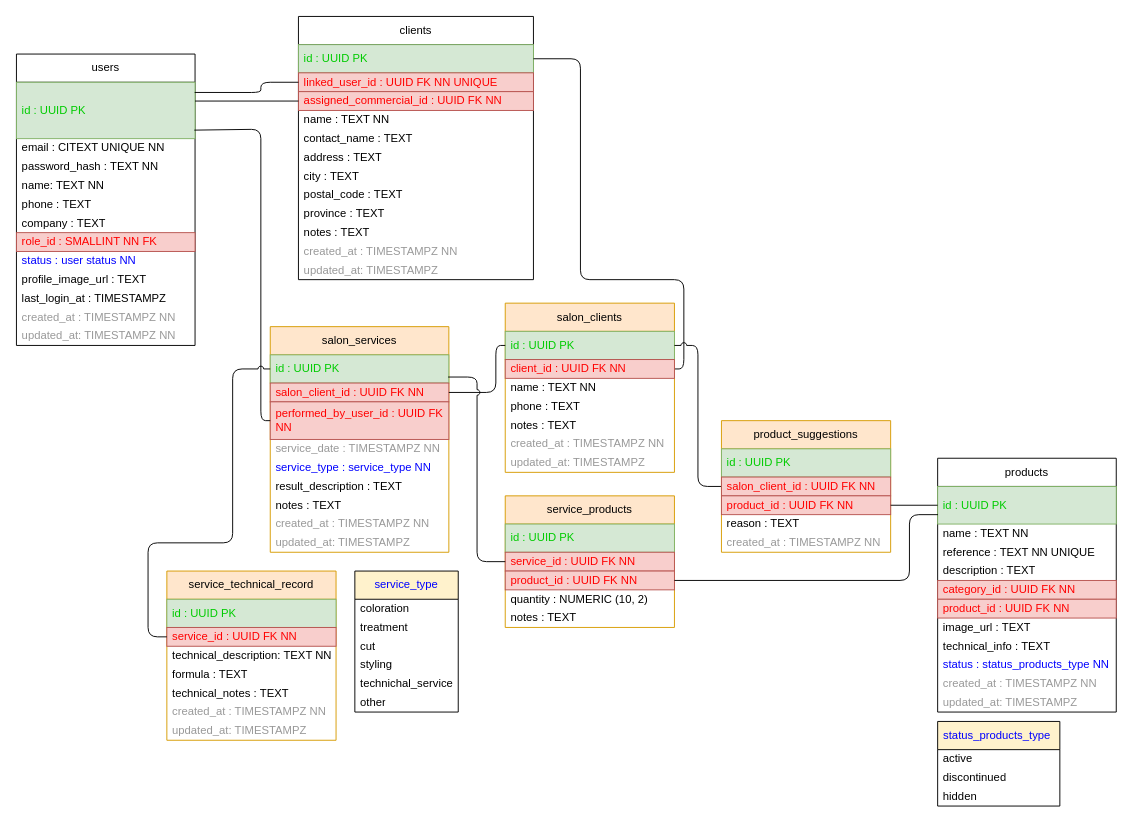
MadaoSurmanito/app-tfg keeps this draw.io diagram as docs/docs/figures/UML/MCD/M5_DB.drawio. Above is the earlier version. Source tidied: cells renumbered, new cells numbered last; positions are measured from the earlier drawing's top-left corner, leaving out a move shared by most shapes. Both pictures are drawn from the tidied source at 94%, with x=0, y=0 at pixel (16, 16).
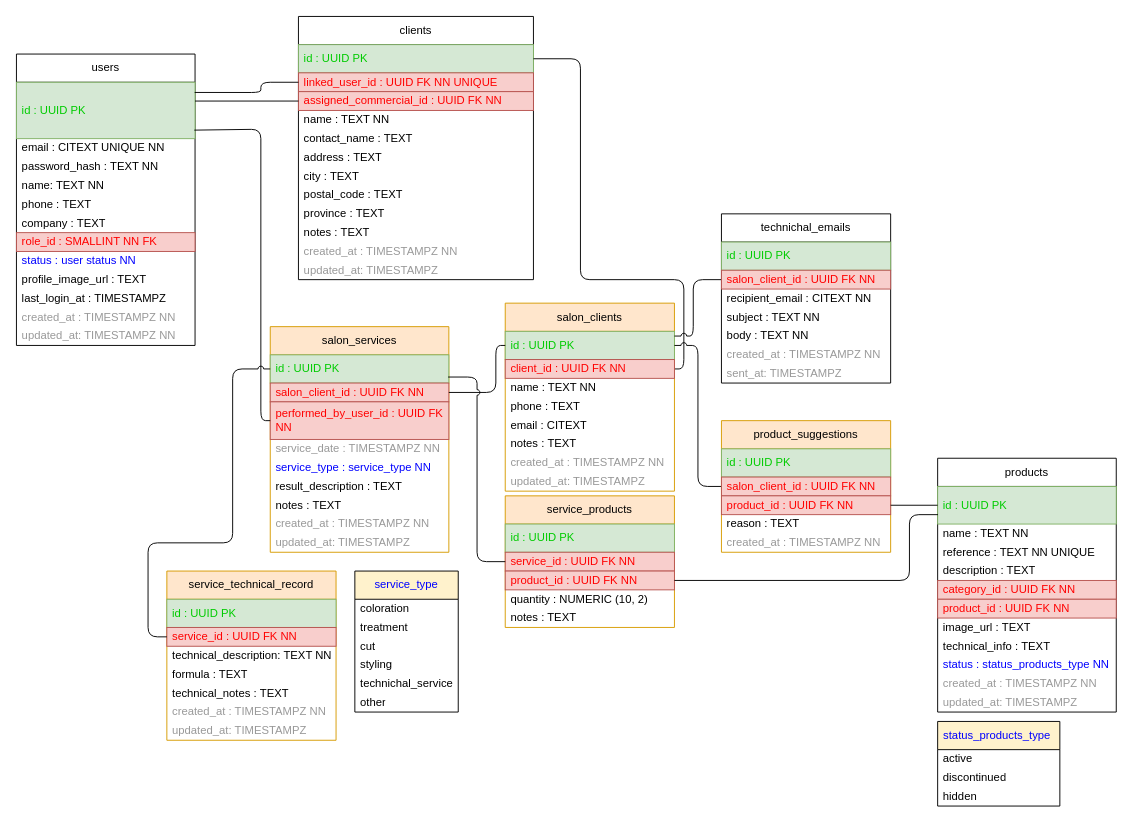
The same page after the edit.

What changed in the source:
```diff
@@
     <mxCell id="47" value="salon_clients" style="swimlane;fontStyle=0;horizontal=1;startSize=30;whiteSpace=wrap;html=1;fillColor=#ffe6cc;strokeColor=#d79b00;" parent="1" vertex="1">
-      <mxGeometry x="520" y="305" width="180" height="180" as="geometry" />
+      <mxGeometry x="520" y="305" width="180" height="200" as="geometry" />
     </mxCell>
@@
+    <mxCell id="99" value="email : CITEXT" style="text;strokeColor=none;fillColor=none;align=left;verticalAlign=middle;spacingLeft=4;spacingRight=4;overflow=hidden;whiteSpace=wrap;html=1;" parent="47" vertex="1">
+      <mxGeometry y="120" width="180" height="20" as="geometry" />
+    </mxCell>
     <mxCell id="52" value="notes :&amp;nbsp;&lt;span style=&quot;color: rgb(0, 0, 0);&quot;&gt;TEXT&lt;/span&gt;" style="text;strokeColor=none;fillColor=none;align=left;verticalAlign=middle;spacingLeft=4;spacingRight=4;overflow=hidden;whiteSpace=wrap;html=1;" parent="47" vertex="1">
-      <mxGeometry y="120" width="180" height="20" as="geometry" />
+      <mxGeometry y="140" width="180" height="20" as="geometry" />
     </mxCell>
     <mxCell id="53" value="created_at : TIMESTAMPZ NN" style="text;strokeColor=none;fillColor=none;align=left;verticalAlign=middle;spacingLeft=4;spacingRight=4;overflow=hidden;whiteSpace=wrap;html=1;fontColor=#999999;" parent="47" vertex="1">
-      <mxGeometry y="140" width="180" height="20" as="geometry" />
+      <mxGeometry y="160" width="180" height="20" as="geometry" />
     </mxCell>
     <mxCell id="54" value="updated_at: TIMESTAMPZ" style="text;strokeColor=none;fillColor=none;align=left;verticalAlign=middle;spacingLeft=4;spacingRight=4;overflow=hidden;whiteSpace=wrap;html=1;fontColor=#999999;" parent="47" vertex="1">
-      <mxGeometry y="160" width="180" height="20" as="geometry" />
+      <mxGeometry y="180" width="180" height="20" as="geometry" />
     </mxCell>
@@
+    <mxCell id="100" value="technichal_emails" style="swimlane;fontStyle=0;horizontal=1;startSize=30;whiteSpace=wrap;html=1;" parent="1" vertex="1">
+      <mxGeometry x="750" y="210" width="180" height="180" as="geometry" />
+    </mxCell>
+    <mxCell id="101" value="&lt;font color=&quot;#00cc00&quot;&gt;id : UUID PK&lt;/font&gt;" style="text;strokeColor=#82b366;fillColor=#d5e8d4;align=left;verticalAlign=middle;spacingLeft=4;spacingRight=4;overflow=hidden;whiteSpace=wrap;html=1;" parent="100" vertex="1">
+      <mxGeometry y="30" width="180" height="30" as="geometry" />
+    </mxCell>
+    <mxCell id="102" style="edgeStyle=orthogonalEdgeStyle;html=1;exitX=0;exitY=0.5;exitDx=0;exitDy=0;jumpStyle=arc;endArrow=none;endFill=0;" parent="100" edge="1" source="103">
+      <mxGeometry relative="1" as="geometry">
+        <mxPoint x="-50" y="130" as="targetPoint" />
+        <Array as="points">
+          <mxPoint x="-30" y="70" />
+          <mxPoint x="-30" y="130" />
+          <mxPoint x="-50" y="130" />
+        </Array>
+      </mxGeometry>
+    </mxCell>
+    <mxCell id="103" value="&lt;font color=&quot;#ff0000&quot;&gt;salon_client_id : UUID FK NN&lt;/font&gt;" style="text;strokeColor=#b85450;fillColor=#f8cecc;align=left;verticalAlign=middle;spacingLeft=4;spacingRight=4;overflow=hidden;points=[[0,0.5],[1,0.5]];portConstraint=eastwest;whiteSpace=wrap;html=1;" parent="100" vertex="1">
+      <mxGeometry y="60" width="180" height="20" as="geometry" />
+    </mxCell>
+    <mxCell id="104" value="recipient_email : CITEXT NN" style="text;strokeColor=none;fillColor=none;align=left;verticalAlign=middle;spacingLeft=4;spacingRight=4;overflow=hidden;whiteSpace=wrap;html=1;" parent="100" vertex="1">
+      <mxGeometry y="80" width="180" height="20" as="geometry" />
+    </mxCell>
+    <mxCell id="105" value="subject : TEXT NN" style="text;strokeColor=none;fillColor=none;align=left;verticalAlign=middle;spacingLeft=4;spacingRight=4;overflow=hidden;whiteSpace=wrap;html=1;" parent="100" vertex="1">
+      <mxGeometry y="100" width="180" height="20" as="geometry" />
+    </mxCell>
+    <mxCell id="106" value="body : TEXT NN" style="text;strokeColor=none;fillColor=none;align=left;verticalAlign=middle;spacingLeft=4;spacingRight=4;overflow=hidden;whiteSpace=wrap;html=1;" parent="100" vertex="1">
+      <mxGeometry y="120" width="180" height="20" as="geometry" />
+    </mxCell>
+    <mxCell id="107" value="created_at : TIMESTAMPZ NN" style="text;strokeColor=none;fillColor=none;align=left;verticalAlign=middle;spacingLeft=4;spacingRight=4;overflow=hidden;whiteSpace=wrap;html=1;fontColor=#999999;" parent="100" vertex="1">
+      <mxGeometry y="140" width="180" height="20" as="geometry" />
+    </mxCell>
+    <mxCell id="108" value="sent_at: TIMESTAMPZ" style="text;strokeColor=none;fillColor=none;align=left;verticalAlign=middle;spacingLeft=4;spacingRight=4;overflow=hidden;whiteSpace=wrap;html=1;fontColor=#999999;" parent="100" vertex="1">
+      <mxGeometry y="160" width="180" height="20" as="geometry" />
+    </mxCell>
```
